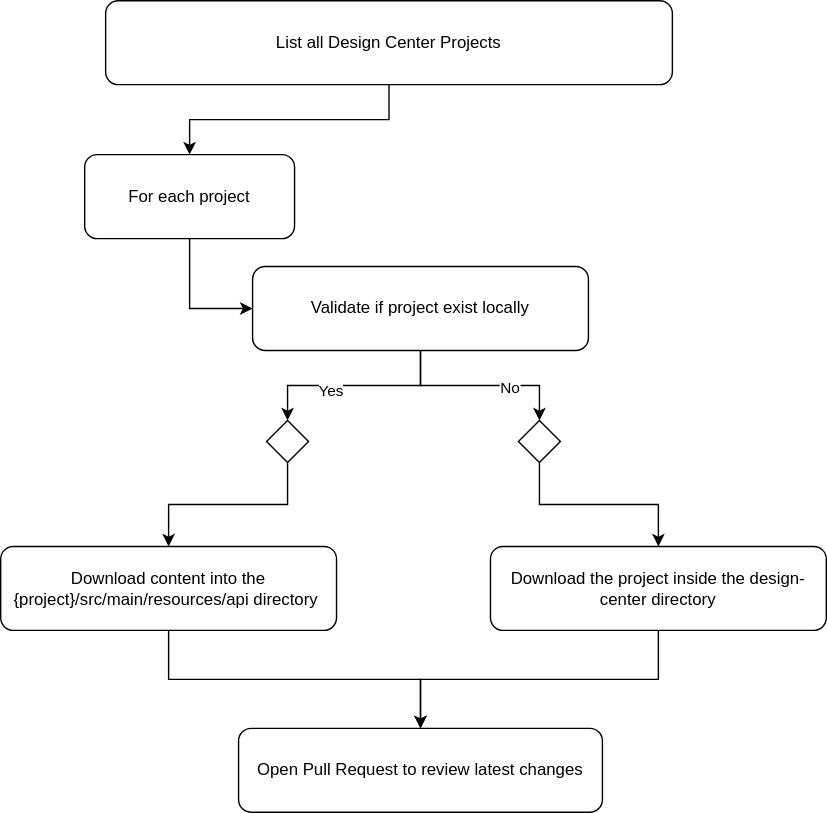
The draw.io diagram architecture/diagrams/ci-cd-design/pull-from-design-center.svg in RideXpress/docs, before a commit. Source tidied: cells renumbered, new cells last; positions are measured from the earlier drawing's top-left corner, leaving out a move shared by most shapes.
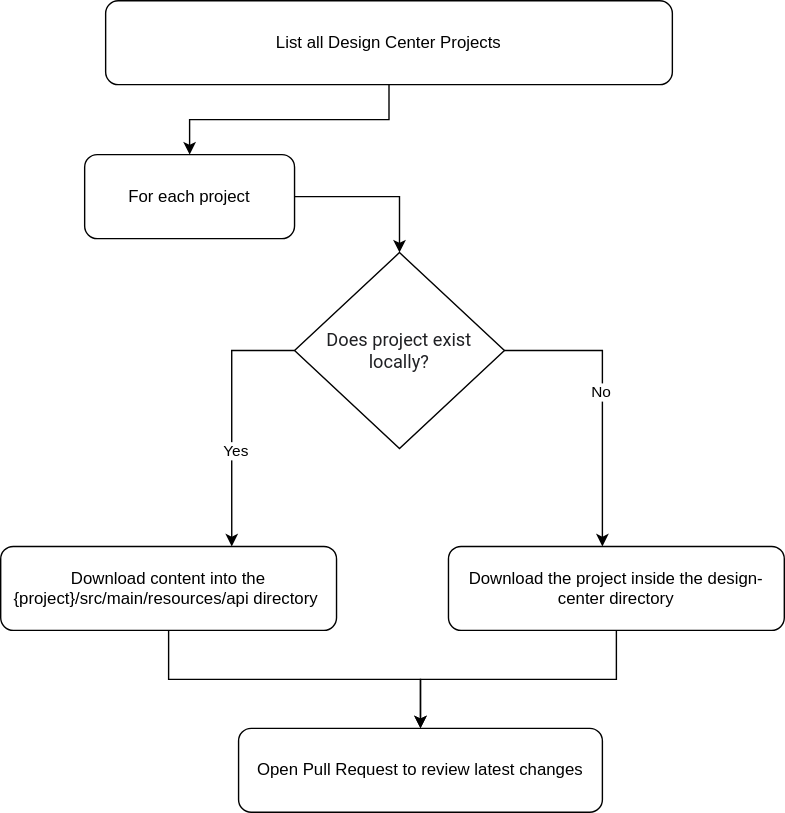
Later version of the same file.

What changed in the source:
```diff
@@ -8,32 +8,21 @@
     <mxCell id="3" value="List all Design Center Projects" style="rounded=1;whiteSpace=wrap;html=1;" parent="1" vertex="1">
       <mxGeometry x="75" width="405" height="60" as="geometry" />
     </mxCell>
-    <mxCell id="4" style="edgeStyle=orthogonalEdgeStyle;rounded=0;jettySize=auto;html=1;entryX=0;entryY=0.5;entryDx=0;entryDy=0;" parent="1" edge="1" source="5" target="10">
-      <mxGeometry relative="1" as="geometry" />
-    </mxCell>
+    <mxCell id="20" style="edgeStyle=orthogonalEdgeStyle;rounded=0;jettySize=auto;html=1;" parent="1" edge="1" source="5" target="17">
+      <mxGeometry relative="1" as="geometry">
+        <Array as="points">
+          <mxPoint x="285" y="140" />
+        </Array>
+      </mxGeometry>
+    </mxCell>
     <mxCell id="5" value="For each project" style="rounded=1;whiteSpace=wrap;html=1;" parent="1" vertex="1">
       <mxGeometry x="60" y="110" width="150" height="60" as="geometry" />
     </mxCell>
-    <mxCell id="6" style="edgeStyle=orthogonalEdgeStyle;rounded=0;jettySize=auto;html=1;entryX=0.5;entryY=0;entryDx=0;entryDy=0;" parent="1" edge="1" source="10" target="17">
-      <mxGeometry relative="1" as="geometry" />
-    </mxCell>
-    <mxCell id="7" value="Yes" style="edgeLabel;html=1;align=center;verticalAlign=middle;" parent="6" vertex="1">
-      <mxGeometry x="0.24" y="3" relative="1" as="geometry" />
-    </mxCell>
-    <mxCell id="8" style="edgeStyle=orthogonalEdgeStyle;rounded=0;jettySize=auto;html=1;entryX=0.5;entryY=0;entryDx=0;entryDy=0;" parent="1" edge="1" source="10" target="19">
-      <mxGeometry relative="1" as="geometry" />
-    </mxCell>
-    <mxCell id="9" value="No" style="edgeLabel;html=1;align=center;verticalAlign=middle;" parent="8" vertex="1">
-      <mxGeometry x="0.3" y="-1" relative="1" as="geometry" />
-    </mxCell>
-    <mxCell id="10" value="Validate if project exist locally" style="rounded=1;whiteSpace=wrap;html=1;" parent="1" vertex="1">
-      <mxGeometry x="180" y="190" width="240" height="60" as="geometry" />
-    </mxCell>
     <mxCell id="11" style="edgeStyle=orthogonalEdgeStyle;rounded=0;jettySize=auto;html=1;" parent="1" edge="1" source="12" target="15">
       <mxGeometry relative="1" as="geometry" />
     </mxCell>
     <mxCell id="12" value="Download the project inside the design-center directory" style="rounded=1;whiteSpace=wrap;html=1;" parent="1" vertex="1">
-      <mxGeometry x="350" y="390" width="240" height="60" as="geometry" />
+      <mxGeometry x="320" y="390" width="240" height="60" as="geometry" />
     </mxCell>
     <mxCell id="13" style="edgeStyle=orthogonalEdgeStyle;rounded=0;jettySize=auto;html=1;entryX=0.5;entryY=0;entryDx=0;entryDy=0;" parent="1" edge="1" source="14" target="15">
       <mxGeometry relative="1" as="geometry" />
@@ -44,17 +33,30 @@
     <mxCell id="15" value="Open Pull Request to review latest changes" style="rounded=1;whiteSpace=wrap;html=1;" parent="1" vertex="1">
       <mxGeometry x="170" y="520" width="260" height="60" as="geometry" />
     </mxCell>
+    <mxCell id="21" style="edgeStyle=orthogonalEdgeStyle;rounded=0;orthogonalLoop=1;jettySize=auto;html=1;" parent="1" edge="1">
+      <mxGeometry relative="1" as="geometry">
+        <mxPoint x="320" y="250" as="sourcePoint" />
+        <mxPoint x="430" y="390" as="targetPoint" />
+        <Array as="points">
+          <mxPoint x="430" y="250" />
+        </Array>
+      </mxGeometry>
+    </mxCell>
+    <mxCell id="9" value="No" style="edgeLabel;html=1;align=center;verticalAlign=middle;" parent="21" vertex="1">
+      <mxGeometry x="0.11" y="-2" relative="1" as="geometry" />
+    </mxCell>
+    <mxCell id="17" value="&lt;span style=&quot;color: rgb(32, 33, 36); font-family: Roboto, arial, sans-serif; font-size: 13px; text-align: left; white-space-collapse: preserve; background-color: rgb(255, 255, 255);&quot;&gt;Does project exist locally?&lt;/span&gt;" style="rhombus;whiteSpace=wrap;html=1;" parent="1" vertex="1">
+      <mxGeometry x="210" y="180" width="150" height="140" as="geometry" />
+    </mxCell>
-    <mxCell id="16" style="edgeStyle=orthogonalEdgeStyle;rounded=0;jettySize=auto;html=1;" parent="1" edge="1" source="17" target="14">
-      <mxGeometry relative="1" as="geometry" />
+    <mxCell id="16" style="edgeStyle=orthogonalEdgeStyle;rounded=0;jettySize=auto;html=1;entryX=0.688;entryY=0;entryDx=0;entryDy=0;entryPerimeter=0;" parent="1" edge="1" source="17" target="14">
+      <mxGeometry relative="1" as="geometry">
+        <Array as="points">
+          <mxPoint x="165" y="250" />
+        </Array>
+      </mxGeometry>
     </mxCell>
-    <mxCell id="17" style="rhombus;whiteSpace=wrap;html=1;" parent="1" vertex="1">
-      <mxGeometry x="190" y="300" width="30" height="30" as="geometry" />
-    </mxCell>
-    <mxCell id="18" style="edgeStyle=orthogonalEdgeStyle;rounded=0;jettySize=auto;html=1;" parent="1" edge="1" source="19" target="12">
-      <mxGeometry relative="1" as="geometry" />
-    </mxCell>
-    <mxCell id="19" style="rhombus;whiteSpace=wrap;html=1;" parent="1" vertex="1">
-      <mxGeometry x="370" y="300" width="30" height="30" as="geometry" />
-    </mxCell>
+    <mxCell id="7" value="Yes" style="edgeLabel;html=1;align=center;verticalAlign=middle;" parent="16" vertex="1">
+      <mxGeometry x="0.25" y="2" relative="1" as="geometry" />
+    </mxCell>
   </root>
 </mxGraphModel>
```
